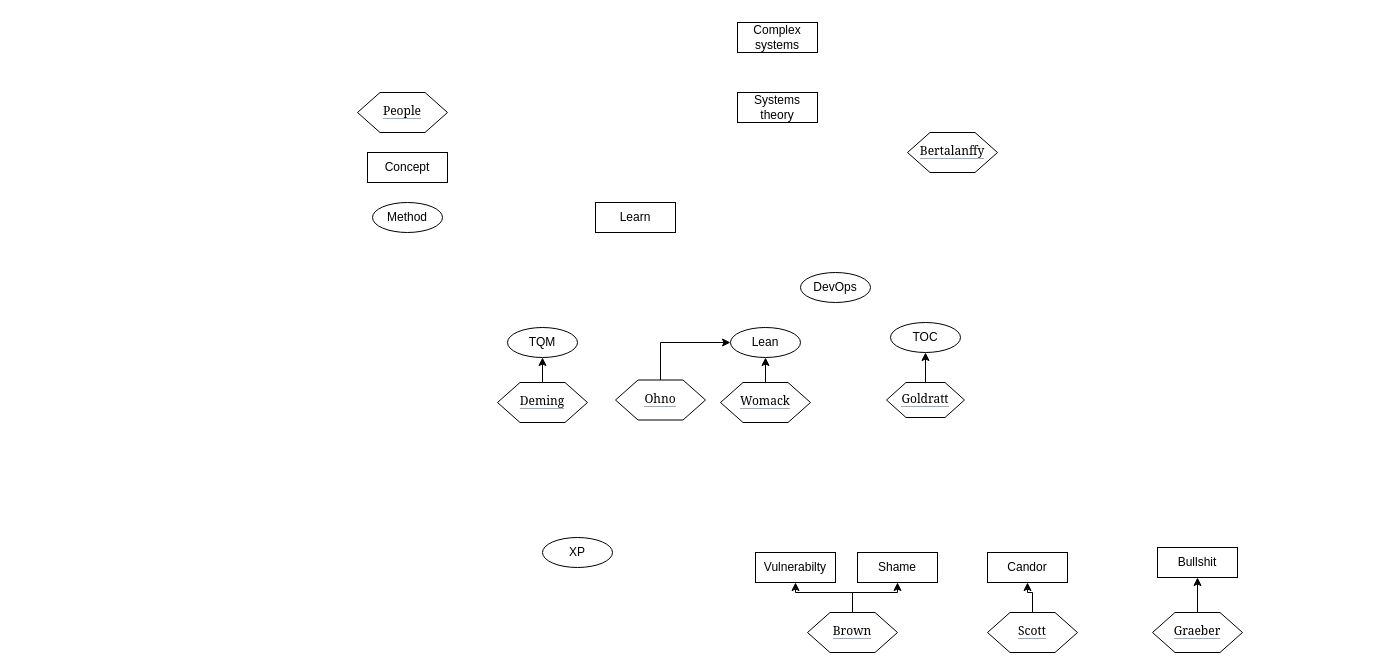
Before: Untitled Diagram.drawio in GradedJestRisk/method-training, a draw.io diagram. Source tidied: cells renumbered, new cells numbered last; positions are measured from the earlier drawing's top-left corner, leaving out a move shared by most shapes. Both pictures are drawn from the tidied source at 100%, with x=0, y=0 at pixel (357, 22).
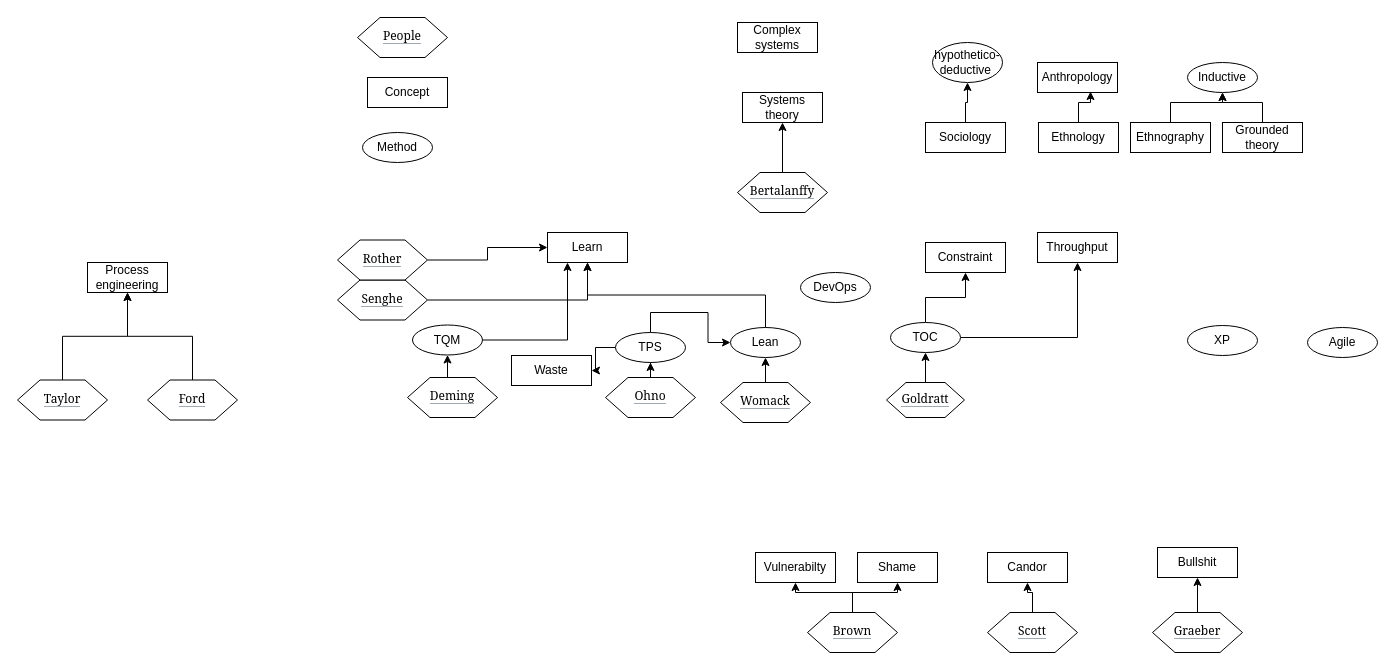
The same diagram, later.

Commit message:
Add social sciences

Unchanged cells that the change refers to:
```xml
<mxCell id="4" value="Lean" style="ellipse;whiteSpace=wrap;html=1;" parent="1" vertex="1">
  <mxGeometry x="373" y="305" width="70" height="30" as="geometry" />
</mxCell>
<mxCell id="7" value="TOC" style="ellipse;whiteSpace=wrap;html=1;" parent="1" vertex="1">
  <mxGeometry x="533" y="300" width="70" height="30" as="geometry" />
</mxCell>
```

What changed in the source:
```diff
@@
     <mxCell id="3" value="Systems&lt;br&gt;theory" style="rounded=0;whiteSpace=wrap;html=1;" parent="1" vertex="1">
-      <mxGeometry x="380" y="70" width="80" height="30" as="geometry" />
+      <mxGeometry x="385" y="70" width="80" height="30" as="geometry" />
     </mxCell>
+    <mxCell id="33" style="edgeStyle=orthogonalEdgeStyle;rounded=0;jettySize=auto;html=1;exitX=0.5;exitY=0;exitDx=0;exitDy=0;fontSize=12;" parent="1" edge="1" source="4" target="26">
+      <mxGeometry relative="1" as="geometry" />
+    </mxCell>
@@
     <mxCell id="6" value="XP" style="ellipse;whiteSpace=wrap;html=1;" parent="1" vertex="1">
-      <mxGeometry x="185" y="515" width="70" height="30" as="geometry" />
+      <mxGeometry x="830" y="303" width="70" height="30" as="geometry" />
     </mxCell>
+    <mxCell id="34" style="edgeStyle=orthogonalEdgeStyle;rounded=0;jettySize=auto;html=1;fontSize=12;" parent="1" edge="1" source="7" target="44">
+      <mxGeometry relative="1" as="geometry" />
+    </mxCell>
+    <mxCell id="35" style="edgeStyle=orthogonalEdgeStyle;rounded=0;jettySize=auto;html=1;fontSize=12;" parent="1" edge="1" source="7" target="45">
+      <mxGeometry relative="1" as="geometry" />
+    </mxCell>
@@
+    <mxCell id="36" style="edgeStyle=orthogonalEdgeStyle;rounded=0;jettySize=auto;html=1;fontSize=12;" parent="1" edge="1" source="8" target="3">
+      <mxGeometry relative="1" as="geometry" />
+    </mxCell>
     <mxCell id="8" value="&lt;h1 id=&quot;firstHeading&quot; class=&quot;firstHeading&quot; lang=&quot;en&quot; style=&quot;background: none; font-weight: normal; margin: 0px 0px 0.25em; overflow: visible; padding: 0px; border-bottom: 1px solid rgb(162, 169, 177); font-size: 12px; line-height: 1.3; font-family: &amp;quot;linux libertine&amp;quot;, georgia, times, serif; white-space: normal;&quot;&gt;Bertalanffy&lt;/h1&gt;" style="shape=hexagon;perimeter=hexagonPerimeter2;whiteSpace=wrap;html=1;fontSize=12;" parent="1" vertex="1">
-      <mxGeometry x="550" y="110" width="90" height="40" as="geometry" />
+      <mxGeometry x="380" y="150" width="90" height="40" as="geometry" />
     </mxCell>
@@
     <mxCell id="11" value="&lt;h1 id=&quot;firstHeading&quot; class=&quot;firstHeading&quot; lang=&quot;en&quot; style=&quot;background: none ; font-weight: normal ; margin: 0px 0px 0.25em ; overflow: visible ; padding: 0px ; border-bottom: 1px solid rgb(162 , 169 , 177) ; font-size: 12px ; line-height: 1.3 ; font-family: &amp;#34;linux libertine&amp;#34; , &amp;#34;georgia&amp;#34; , &amp;#34;times&amp;#34; , serif ; white-space: normal&quot;&gt;People&lt;/h1&gt;" style="shape=hexagon;perimeter=hexagonPerimeter2;whiteSpace=wrap;html=1;fontSize=12;" parent="1" vertex="1">
-      <mxGeometry y="70" width="90" height="40" as="geometry" />
+      <mxGeometry y="-5" width="90" height="40" as="geometry" />
     </mxCell>
     <mxCell id="12" value="Concept" style="rounded=0;whiteSpace=wrap;html=1;" parent="1" vertex="1">
-      <mxGeometry x="10" y="130" width="80" height="30" as="geometry" />
+      <mxGeometry x="10" y="55" width="80" height="30" as="geometry" />
     </mxCell>
     <mxCell id="13" value="Method" style="ellipse;whiteSpace=wrap;html=1;" parent="1" vertex="1">
-      <mxGeometry x="15" y="180" width="70" height="30" as="geometry" />
+      <mxGeometry x="5" y="110" width="70" height="30" as="geometry" />
     </mxCell>
@@
-    <mxCell id="21" style="edgeStyle=orthogonalEdgeStyle;rounded=0;jettySize=auto;html=1;exitX=0.5;exitY=0;exitDx=0;exitDy=0;entryX=0;entryY=0.5;entryDx=0;entryDy=0;fontSize=12;" parent="1" edge="1" source="22" target="4">
+    <mxCell id="21" style="edgeStyle=orthogonalEdgeStyle;rounded=0;jettySize=auto;html=1;exitX=0.5;exitY=0;exitDx=0;exitDy=0;entryX=0;entryY=0.5;entryDx=0;entryDy=0;fontSize=12;" parent="1" edge="1" source="57" target="4">
       <mxGeometry relative="1" as="geometry" />
     </mxCell>
+    <mxCell id="37" style="edgeStyle=orthogonalEdgeStyle;rounded=0;jettySize=auto;html=1;fontSize=12;" parent="1" edge="1" source="22" target="57">
+      <mxGeometry relative="1" as="geometry" />
+    </mxCell>
     <mxCell id="22" value="&lt;h1 id=&quot;firstHeading&quot; class=&quot;firstHeading&quot; lang=&quot;en&quot; style=&quot;background: none ; font-weight: normal ; margin: 0px 0px 0.25em ; overflow: visible ; padding: 0px ; border-bottom: 1px solid rgb(162 , 169 , 177) ; font-size: 12px ; line-height: 1.3 ; font-family: &amp;#34;linux libertine&amp;#34; , &amp;#34;georgia&amp;#34; , &amp;#34;times&amp;#34; , serif ; white-space: normal&quot;&gt;Ohno&lt;/h1&gt;" style="shape=hexagon;perimeter=hexagonPerimeter2;whiteSpace=wrap;html=1;fontSize=12;" parent="1" vertex="1">
-      <mxGeometry x="258" y="357.5" width="90" height="40" as="geometry" />
+      <mxGeometry x="248" y="355" width="90" height="40" as="geometry" />
     </mxCell>
@@
     <mxCell id="24" value="&lt;h1 id=&quot;firstHeading&quot; class=&quot;firstHeading&quot; lang=&quot;en&quot; style=&quot;background: none ; font-weight: normal ; margin: 0px 0px 0.25em ; overflow: visible ; padding: 0px ; border-bottom: 1px solid rgb(162 , 169 , 177) ; font-size: 12px ; line-height: 1.3 ; font-family: &amp;#34;linux libertine&amp;#34; , &amp;#34;georgia&amp;#34; , &amp;#34;times&amp;#34; , serif ; white-space: normal&quot;&gt;Deming&lt;/h1&gt;" style="shape=hexagon;perimeter=hexagonPerimeter2;whiteSpace=wrap;html=1;fontSize=12;" parent="1" vertex="1">
-      <mxGeometry x="140" y="360" width="90" height="40" as="geometry" />
+      <mxGeometry x="50" y="355" width="90" height="40" as="geometry" />
     </mxCell>
+    <mxCell id="38" style="edgeStyle=orthogonalEdgeStyle;rounded=0;jettySize=auto;html=1;entryX=0.25;entryY=1;entryDx=0;entryDy=0;fontSize=12;" parent="1" edge="1" source="25" target="26">
+      <mxGeometry relative="1" as="geometry" />
+    </mxCell>
     <mxCell id="25" value="TQM" style="ellipse;whiteSpace=wrap;html=1;" parent="1" vertex="1">
-      <mxGeometry x="150" y="305" width="70" height="30" as="geometry" />
+      <mxGeometry x="55" y="302.5" width="70" height="30" as="geometry" />
     </mxCell>
     <mxCell id="26" value="Learn" style="rounded=0;whiteSpace=wrap;html=1;" parent="1" vertex="1">
-      <mxGeometry x="238" y="180" width="80" height="30" as="geometry" />
+      <mxGeometry x="190" y="210" width="80" height="30" as="geometry" />
     </mxCell>
@@
+    <mxCell id="39" value="Agile" style="ellipse;whiteSpace=wrap;html=1;" parent="1" vertex="1">
+      <mxGeometry x="950" y="305" width="70" height="30" as="geometry" />
+    </mxCell>
+    <mxCell id="40" style="edgeStyle=orthogonalEdgeStyle;rounded=0;jettySize=auto;html=1;fontSize=12;" parent="1" edge="1" source="41" target="26">
+      <mxGeometry relative="1" as="geometry" />
+    </mxCell>
+    <mxCell id="41" value="&lt;h1 id=&quot;firstHeading&quot; class=&quot;firstHeading&quot; lang=&quot;en&quot; style=&quot;background: none ; font-weight: normal ; margin: 0px 0px 0.25em ; overflow: visible ; padding: 0px ; border-bottom: 1px solid rgb(162 , 169 , 177) ; font-size: 12px ; line-height: 1.3 ; font-family: &amp;#34;linux libertine&amp;#34; , &amp;#34;georgia&amp;#34; , &amp;#34;times&amp;#34; , serif ; white-space: normal&quot;&gt;Senghe&lt;/h1&gt;" style="shape=hexagon;perimeter=hexagonPerimeter2;whiteSpace=wrap;html=1;fontSize=12;" parent="1" vertex="1">
+      <mxGeometry x="-20" y="257.5" width="90" height="40" as="geometry" />
+    </mxCell>
+    <mxCell id="42" style="edgeStyle=orthogonalEdgeStyle;rounded=0;jettySize=auto;html=1;exitX=1;exitY=0.5;exitDx=0;exitDy=0;fontSize=12;" parent="1" edge="1" source="43" target="26">
+      <mxGeometry relative="1" as="geometry" />
+    </mxCell>
+    <mxCell id="43" value="&lt;h1 id=&quot;firstHeading&quot; class=&quot;firstHeading&quot; lang=&quot;en&quot; style=&quot;background: none ; font-weight: normal ; margin: 0px 0px 0.25em ; overflow: visible ; padding: 0px ; border-bottom: 1px solid rgb(162 , 169 , 177) ; font-size: 12px ; line-height: 1.3 ; font-family: &amp;#34;linux libertine&amp;#34; , &amp;#34;georgia&amp;#34; , &amp;#34;times&amp;#34; , serif ; white-space: normal&quot;&gt;Rother&lt;/h1&gt;" style="shape=hexagon;perimeter=hexagonPerimeter2;whiteSpace=wrap;html=1;fontSize=12;" parent="1" vertex="1">
+      <mxGeometry x="-20" y="217.5" width="90" height="40" as="geometry" />
+    </mxCell>
+    <mxCell id="44" value="Constraint" style="rounded=0;whiteSpace=wrap;html=1;" parent="1" vertex="1">
+      <mxGeometry x="568" y="220" width="80" height="30" as="geometry" />
+    </mxCell>
+    <mxCell id="45" value="Throughput" style="rounded=0;whiteSpace=wrap;html=1;" parent="1" vertex="1">
+      <mxGeometry x="680" y="210" width="80" height="30" as="geometry" />
+    </mxCell>
+    <mxCell id="46" style="edgeStyle=orthogonalEdgeStyle;rounded=0;jettySize=auto;html=1;entryX=0.5;entryY=1;entryDx=0;entryDy=0;fontSize=12;" parent="1" edge="1" source="47" target="61">
+      <mxGeometry relative="1" as="geometry" />
+    </mxCell>
+    <mxCell id="47" value="Sociology" style="rounded=0;whiteSpace=wrap;html=1;" parent="1" vertex="1">
+      <mxGeometry x="568" y="100" width="80" height="30" as="geometry" />
+    </mxCell>
+    <mxCell id="48" style="edgeStyle=orthogonalEdgeStyle;rounded=0;jettySize=auto;html=1;entryX=0.663;entryY=0.967;entryDx=0;entryDy=0;entryPerimeter=0;fontSize=12;" parent="1" edge="1" source="49" target="62">
+      <mxGeometry relative="1" as="geometry" />
+    </mxCell>
+    <mxCell id="49" value="Ethnology" style="rounded=0;whiteSpace=wrap;html=1;" parent="1" vertex="1">
+      <mxGeometry x="681" y="100" width="80" height="30" as="geometry" />
+    </mxCell>
+    <mxCell id="50" style="edgeStyle=orthogonalEdgeStyle;rounded=0;jettySize=auto;html=1;fontSize=12;" parent="1" edge="1" source="51" target="60">
+      <mxGeometry relative="1" as="geometry" />
+    </mxCell>
+    <mxCell id="51" value="Grounded theory" style="rounded=0;whiteSpace=wrap;html=1;" parent="1" vertex="1">
+      <mxGeometry x="865" y="100" width="80" height="30" as="geometry" />
+    </mxCell>
+    <mxCell id="52" style="edgeStyle=orthogonalEdgeStyle;rounded=0;jettySize=auto;html=1;exitX=0.5;exitY=0;exitDx=0;exitDy=0;fontSize=12;" parent="1" edge="1" source="53" target="59">
+      <mxGeometry relative="1" as="geometry" />
+    </mxCell>
+    <mxCell id="53" value="&lt;h1 id=&quot;firstHeading&quot; class=&quot;firstHeading&quot; lang=&quot;en&quot; style=&quot;background: none ; font-weight: normal ; margin: 0px 0px 0.25em ; overflow: visible ; padding: 0px ; border-bottom: 1px solid rgb(162 , 169 , 177) ; font-size: 12px ; line-height: 1.3 ; font-family: &amp;#34;linux libertine&amp;#34; , &amp;#34;georgia&amp;#34; , &amp;#34;times&amp;#34; , serif ; white-space: normal&quot;&gt;Ford&lt;/h1&gt;" style="shape=hexagon;perimeter=hexagonPerimeter2;whiteSpace=wrap;html=1;fontSize=12;" parent="1" vertex="1">
+      <mxGeometry x="-210" y="357.5" width="90" height="40" as="geometry" />
+    </mxCell>
+    <mxCell id="54" style="edgeStyle=orthogonalEdgeStyle;rounded=0;jettySize=auto;html=1;exitX=0.5;exitY=0;exitDx=0;exitDy=0;fontSize=12;" parent="1" edge="1" source="55" target="59">
+      <mxGeometry relative="1" as="geometry" />
+    </mxCell>
+    <mxCell id="55" value="&lt;h1 id=&quot;firstHeading&quot; class=&quot;firstHeading&quot; lang=&quot;en&quot; style=&quot;background: none ; font-weight: normal ; margin: 0px 0px 0.25em ; overflow: visible ; padding: 0px ; border-bottom: 1px solid rgb(162 , 169 , 177) ; font-size: 12px ; line-height: 1.3 ; font-family: &amp;#34;linux libertine&amp;#34; , &amp;#34;georgia&amp;#34; , &amp;#34;times&amp;#34; , serif ; white-space: normal&quot;&gt;Taylor&lt;/h1&gt;" style="shape=hexagon;perimeter=hexagonPerimeter2;whiteSpace=wrap;html=1;fontSize=12;" parent="1" vertex="1">
+      <mxGeometry x="-340" y="357.5" width="90" height="40" as="geometry" />
+    </mxCell>
+    <mxCell id="56" style="edgeStyle=orthogonalEdgeStyle;rounded=0;jettySize=auto;html=1;fontSize=12;" parent="1" edge="1" source="57" target="58">
+      <mxGeometry relative="1" as="geometry" />
+    </mxCell>
+    <mxCell id="57" value="TPS" style="ellipse;whiteSpace=wrap;html=1;" parent="1" vertex="1">
+      <mxGeometry x="258" y="310" width="70" height="30" as="geometry" />
+    </mxCell>
+    <mxCell id="58" value="Waste" style="rounded=0;whiteSpace=wrap;html=1;" parent="1" vertex="1">
+      <mxGeometry x="154" y="333" width="80" height="30" as="geometry" />
+    </mxCell>
+    <mxCell id="59" value="Process&lt;br&gt;engineering" style="rounded=0;whiteSpace=wrap;html=1;" parent="1" vertex="1">
+      <mxGeometry x="-270" y="240" width="80" height="30" as="geometry" />
+    </mxCell>
+    <mxCell id="60" value="Inductive" style="ellipse;whiteSpace=wrap;html=1;" parent="1" vertex="1">
+      <mxGeometry x="830" y="40" width="70" height="30" as="geometry" />
+    </mxCell>
+    <mxCell id="61" value="hypothetico-deductive&amp;nbsp;" style="ellipse;whiteSpace=wrap;html=1;" parent="1" vertex="1">
+      <mxGeometry x="575" y="20" width="70" height="40" as="geometry" />
+    </mxCell>
+    <mxCell id="62" value="Anthropology" style="rounded=0;whiteSpace=wrap;html=1;" parent="1" vertex="1">
+      <mxGeometry x="680" y="40" width="80" height="30" as="geometry" />
+    </mxCell>
+    <mxCell id="63" style="edgeStyle=orthogonalEdgeStyle;rounded=0;jettySize=auto;html=1;fontSize=12;" parent="1" edge="1" source="64" target="60">
+      <mxGeometry relative="1" as="geometry" />
+    </mxCell>
+    <mxCell id="64" value="Ethnography" style="rounded=0;whiteSpace=wrap;html=1;" parent="1" vertex="1">
+      <mxGeometry x="773" y="100" width="80" height="30" as="geometry" />
+    </mxCell>
```
